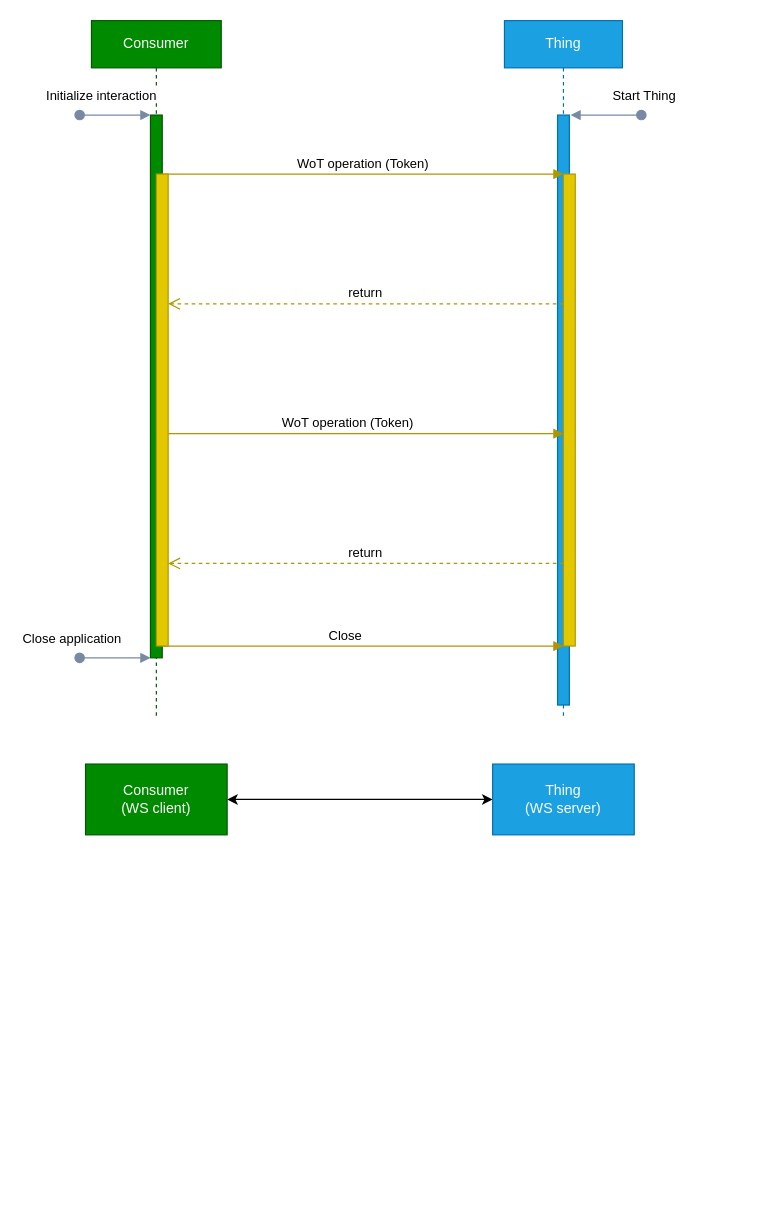
Before: page "Websocket" (5 of 5) of planning/ThingDescription/td-next-work-items/images/initial-connection.drawio in w3c/wot, a draw.io diagram. Source tidied: cells renumbered, new cells numbered last; positions are measured from the earlier drawing's top-left corner, leaving out a move shared by most shapes. Both pictures are drawn from the tidied source at 118%, with x=0, y=0 at pixel (20, 20).
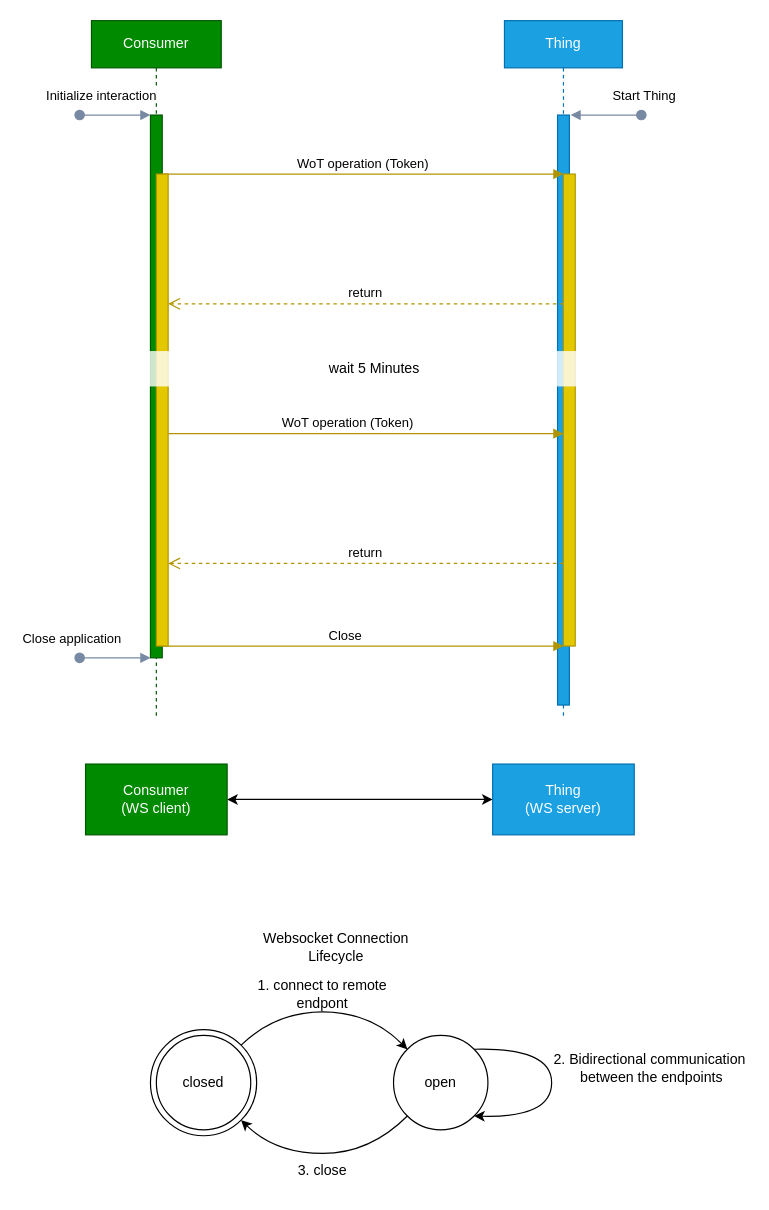
Above is the later version.

Commit message (it also covers changes not shown here):
oauth and ws lifecycle diagrams and minor fixes

Change to the diagram source:
```diff
@@
+    <mxCell id="22" value="wait 5 Minutes" style="text;html=1;align=center;verticalAlign=middle;whiteSpace=wrap;rounded=0;fillColor=default;opacity=80;" parent="1" vertex="1">
+      <mxGeometry x="90" y="280" width="420" height="30" as="geometry" />
+    </mxCell>
+    <mxCell id="23" value="Websocket Connection Lifecycle" style="text;html=1;strokeColor=none;fillColor=none;align=center;verticalAlign=middle;whiteSpace=wrap;rounded=0;" parent="1" vertex="1">
+      <mxGeometry x="186" y="770" width="162.5" height="30" as="geometry" />
+    </mxCell>
+    <mxCell id="24" style="ellipse;whiteSpace=wrap;html=1;fillColor=none;" parent="1" vertex="1">
+      <mxGeometry x="110" y="855" width="90" height="90" as="geometry" />
+    </mxCell>
+    <mxCell id="25" value="closed" style="ellipse;whiteSpace=wrap;html=1;fillColor=default;" parent="1" vertex="1">
+      <mxGeometry x="115" y="860" width="80" height="80" as="geometry" />
+    </mxCell>
+    <mxCell id="26" value="open" style="ellipse;whiteSpace=wrap;html=1;fillColor=default;" parent="1" vertex="1">
+      <mxGeometry x="316" y="860" width="80" height="80" as="geometry" />
+    </mxCell>
+    <mxCell id="27" style="curved=1;endArrow=classic;html=1;rounded=0;entryX=0;entryY=0;entryDx=0;entryDy=0;exitX=1;exitY=0;exitDx=0;exitDy=0;" parent="1" edge="1" source="24" target="26">
+      <mxGeometry relative="1" as="geometry">
+        <Array as="points">
+          <mxPoint x="216" y="840" />
+          <mxPoint x="296" y="840" />
+        </Array>
+      </mxGeometry>
+    </mxCell>
+    <mxCell id="28" value="1. connect to remote endpont" style="text;html=1;strokeColor=none;fillColor=none;align=center;verticalAlign=middle;whiteSpace=wrap;rounded=0;" parent="1" vertex="1">
+      <mxGeometry x="186" y="810" width="140" height="30" as="geometry" />
+    </mxCell>
+    <mxCell id="29" style="curved=1;endArrow=classic;html=1;rounded=0;entryX=1;entryY=1;entryDx=0;entryDy=0;exitX=0;exitY=1;exitDx=0;exitDy=0;" parent="1" edge="1" source="26" target="24">
+      <mxGeometry relative="1" as="geometry">
+        <Array as="points">
+          <mxPoint x="296" y="960" />
+          <mxPoint x="216" y="960" />
+        </Array>
+      </mxGeometry>
+    </mxCell>
+    <mxCell id="30" value="3. close" style="text;html=1;strokeColor=none;fillColor=none;align=center;verticalAlign=middle;whiteSpace=wrap;rounded=0;" parent="1" vertex="1">
+      <mxGeometry x="219" y="960" width="74" height="30" as="geometry" />
+    </mxCell>
+    <mxCell id="31" style="curved=1;endArrow=classic;html=1;entryX=1;entryY=1;entryDx=0;entryDy=0;exitX=1;exitY=0;exitDx=0;exitDy=0;" parent="1" edge="1" source="26" target="26">
+      <mxGeometry relative="1" as="geometry">
+        <Array as="points">
+          <mxPoint x="450" y="870" />
+          <mxPoint x="450" y="930" />
+        </Array>
+      </mxGeometry>
+    </mxCell>
+    <mxCell id="32" value="&lt;span style=&quot;text-wrap: nowrap;&quot;&gt;2. Bidirectional communication&amp;nbsp;&lt;/span&gt;&lt;br style=&quot;text-wrap: nowrap;&quot;&gt;&lt;span style=&quot;text-wrap: nowrap;&quot;&gt;between the endpoints&lt;/span&gt;" style="text;html=1;strokeColor=none;fillColor=none;align=center;verticalAlign=middle;whiteSpace=wrap;rounded=0;" parent="1" vertex="1">
+      <mxGeometry x="470" y="870" width="130" height="35" as="geometry" />
+    </mxCell>
```
